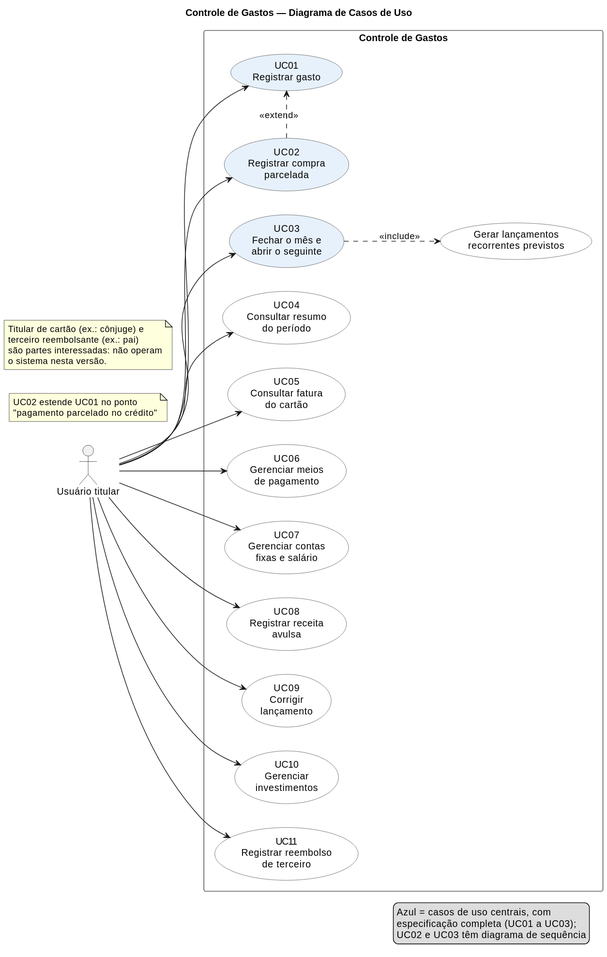
The PlantUML diagram docs/uml/casos-de-uso.svg in gabrielfbarbosa/gasto-certo, before a commit. The source it was exported from:
```plantuml
@startuml
title Controle de Gastos — Diagrama de Casos de Uso
left to right direction
skinparam shadowing false
skinparam defaultFontName Helvetica
skinparam usecase {
  BackgroundColor #FFFFFF
  BorderColor #444444
}
skinparam rectangle {
  BorderColor #444444
}

actor "Usuário titular" as U

rectangle "Controle de Gastos" {
  usecase "UC01\nRegistrar gasto" as UC01 #E7F1FB
  usecase "UC02\nRegistrar compra\nparcelada" as UC02 #E7F1FB
  usecase "UC03\nFechar o mês e\nabrir o seguinte" as UC03 #E7F1FB
  usecase "UC04\nConsultar resumo\ndo período" as UC04
  usecase "UC05\nConsultar fatura\ndo cartão" as UC05
  usecase "UC06\nGerenciar meios\nde pagamento" as UC06
  usecase "UC07\nGerenciar contas\nfixas e salário" as UC07
  usecase "UC08\nRegistrar receita\navulsa" as UC08
  usecase "UC09\nCorrigir\nlançamento" as UC09
  usecase "UC10\nGerenciar\ninvestimentos" as UC10
  usecase "UC11\nRegistrar reembolso\nde terceiro" as UC11

  usecase "Gerar lançamentos\nrecorrentes previstos" as GLR
}

U --> UC03
U --> UC01
U --> UC02
U --> UC04
U --> UC05
U --> UC06
U --> UC07
U --> UC08
U --> UC09
U --> UC10
U --> UC11

UC03 ..> GLR : <<include>>
UC02 .[norank].> UC01 : <<extend>>

note as N2
  UC02 estende UC01 no ponto
  "pagamento parcelado no crédito"
end note

note as N1
  Titular de cartão (ex.: cônjuge) e
  terceiro reembolsante (ex.: pai)
  são partes interessadas: não operam
  o sistema nesta versão.
end note

legend bottom right
  Azul = casos de uso centrais, com
  especificação completa (UC01 a UC03);
  UC02 e UC03 têm diagrama de sequência
endlegend
@enduml
```
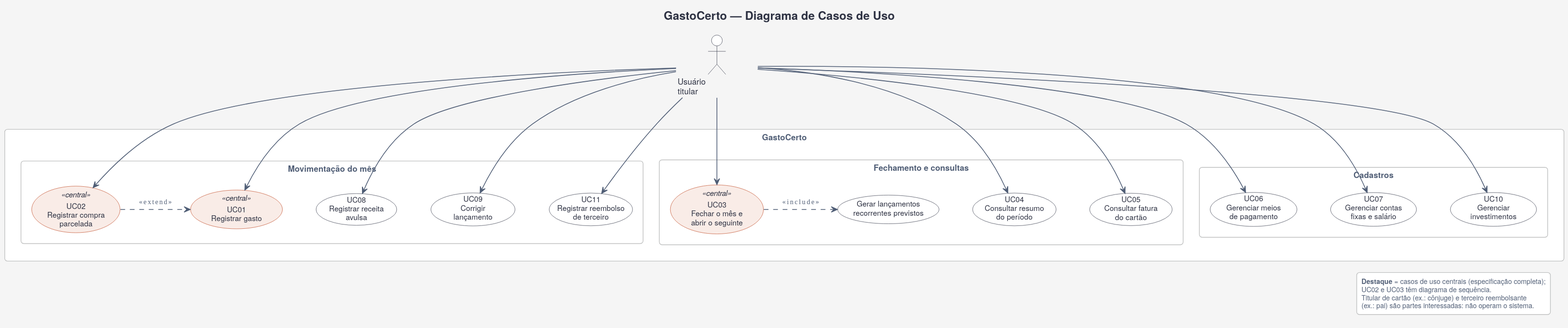
The same diagram one commit later.

The edit, as a diff of the source:
```diff
@@ -1,64 +1,53 @@
 @startuml
-title Controle de Gastos — Diagrama de Casos de Uso
-left to right direction
-skinparam shadowing false
-skinparam defaultFontName Helvetica
-skinparam usecase {
+!include estilo.iuml
+title GastoCerto — Diagrama de Casos de Uso
+skinparam rectangle {
   BackgroundColor #FFFFFF
-  BorderColor #444444
-}
-skinparam rectangle {
-  BorderColor #444444
+  BorderColor #BFC0C0
+  FontColor #4F5D75
 }
 
-actor "Usuário titular" as U
+actor "Usuário\ntitular" as U
 
-rectangle "Controle de Gastos" {
-  usecase "UC01\nRegistrar gasto" as UC01 #E7F1FB
-  usecase "UC02\nRegistrar compra\nparcelada" as UC02 #E7F1FB
-  usecase "UC03\nFechar o mês e\nabrir o seguinte" as UC03 #E7F1FB
-  usecase "UC04\nConsultar resumo\ndo período" as UC04
-  usecase "UC05\nConsultar fatura\ndo cartão" as UC05
-  usecase "UC06\nGerenciar meios\nde pagamento" as UC06
-  usecase "UC07\nGerenciar contas\nfixas e salário" as UC07
-  usecase "UC08\nRegistrar receita\navulsa" as UC08
-  usecase "UC09\nCorrigir\nlançamento" as UC09
-  usecase "UC10\nGerenciar\ninvestimentos" as UC10
-  usecase "UC11\nRegistrar reembolso\nde terceiro" as UC11
-
-  usecase "Gerar lançamentos\nrecorrentes previstos" as GLR
+rectangle "GastoCerto" {
+  rectangle "Movimentação do mês" {
+    usecase "UC01\nRegistrar gasto" as UC01 <<central>>
+    usecase "UC02\nRegistrar compra\nparcelada" as UC02 <<central>>
+    usecase "UC08\nRegistrar receita\navulsa" as UC08
+    usecase "UC09\nCorrigir\nlançamento" as UC09
+    usecase "UC11\nRegistrar reembolso\nde terceiro" as UC11
+  }
+  rectangle "Fechamento e consultas" {
+    usecase "UC03\nFechar o mês e\nabrir o seguinte" as UC03 <<central>>
+    usecase "Gerar lançamentos\nrecorrentes previstos" as GLR
+    usecase "UC04\nConsultar resumo\ndo período" as UC04
+    usecase "UC05\nConsultar fatura\ndo cartão" as UC05
+  }
+  rectangle "Cadastros" {
+    usecase "UC06\nGerenciar meios\nde pagamento" as UC06
+    usecase "UC07\nGerenciar contas\nfixas e salário" as UC07
+    usecase "UC10\nGerenciar\ninvestimentos" as UC10
+  }
 }
 
-U --> UC03
 U --> UC01
 U --> UC02
+U --> UC08
+U --> UC09
+U --> UC11
+U --> UC03
 U --> UC04
 U --> UC05
 U --> UC06
 U --> UC07
-U --> UC08
-U --> UC09
 U --> UC10
-U --> UC11
+UC02 .> UC01 : <<extend>>
+UC03 .> GLR : <<include>>
 
-UC03 ..> GLR : <<include>>
-UC02 .[norank].> UC01 : <<extend>>
-
-note as N2
-  UC02 estende UC01 no ponto
-  "pagamento parcelado no crédito"
-end note
-
-note as N1
-  Titular de cartão (ex.: cônjuge) e
-  terceiro reembolsante (ex.: pai)
-  são partes interessadas: não operam
-  o sistema nesta versão.
-end note
-
-legend bottom right
-  Azul = casos de uso centrais, com
-  especificação completa (UC01 a UC03);
-  UC02 e UC03 têm diagrama de sequência
+legend right
+  <b>Destaque</b> = casos de uso centrais (especificação completa);
+  UC02 e UC03 têm diagrama de sequência.
+  Titular de cartão (ex.: cônjuge) e terceiro reembolsante
+  (ex.: pai) são partes interessadas: não operam o sistema.
 endlegend
 @enduml
```
